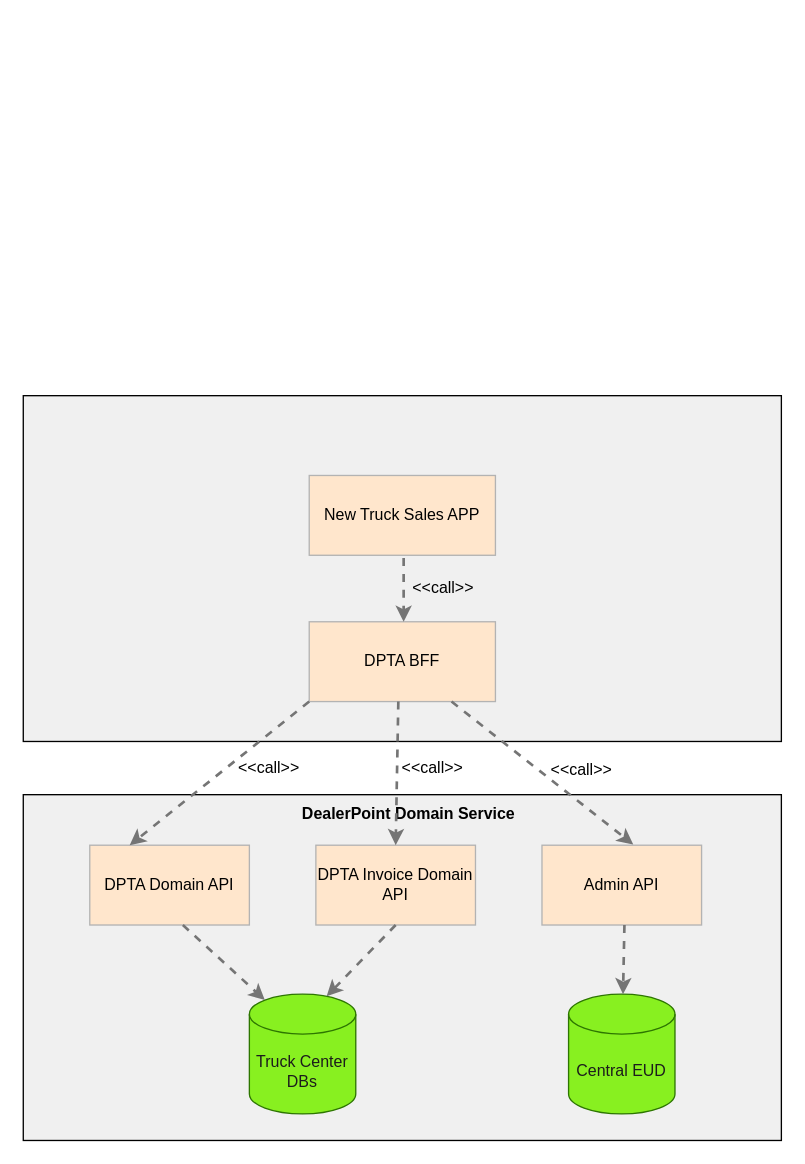
Before: new_architecture.drawio in zhangcaixia0526/zhangcaixia, a draw.io diagram. Source tidied: cells renumbered, new cells numbered last; positions are measured from the earlier drawing's top-left corner, leaving out a move shared by most shapes. Both pictures are drawn from the tidied source at 133%, with x=0, y=0 at pixel (23, 395).
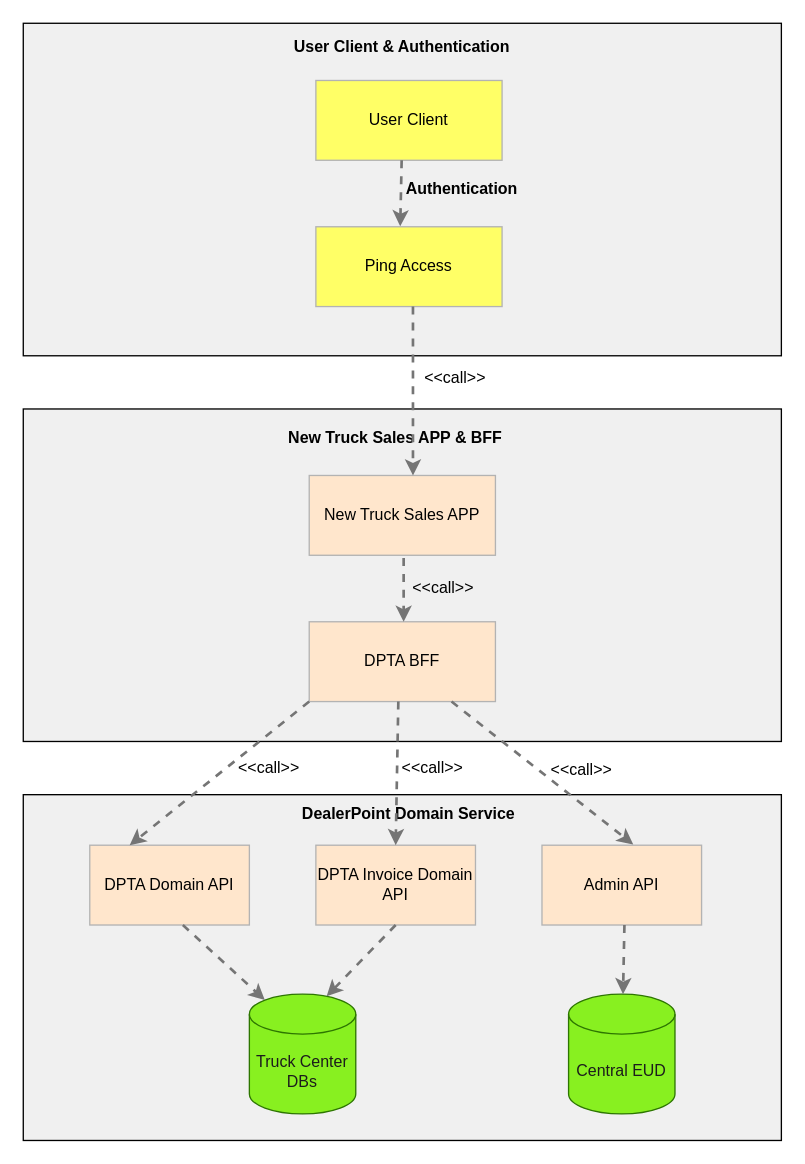
The same page after the edit.

Change to the diagram source:
```diff
@@
     <mxCell id="12" style="rounded=0;whiteSpace=wrap;html=1;fillColor=#F0F0F0;" parent="1" vertex="1">
-      <mxGeometry width="570" height="260" as="geometry" />
+      <mxGeometry y="10" width="570" height="250" as="geometry" />
     </mxCell>
@@
+    <mxCell id="23" value="&lt;span style=&quot;&quot;&gt;New Truck Sales APP &amp;amp; BFF&lt;/span&gt;" style="text;html=1;align=center;verticalAlign=middle;whiteSpace=wrap;rounded=0;fontStyle=1;" parent="1" vertex="1">
+      <mxGeometry x="160" y="17" width="240" height="30" as="geometry" />
+    </mxCell>
+    <mxCell id="24" style="rounded=0;whiteSpace=wrap;html=1;fillColor=#F0F0F0;" parent="1" vertex="1">
+      <mxGeometry y="-280" width="570" height="250" as="geometry" />
+    </mxCell>
+    <mxCell id="25" value="Ping Access" style="rounded=0;whiteSpace=wrap;html=1;fillColor=#FFFF66;strokeColor=#B3B3B3;" parent="1" vertex="1">
+      <mxGeometry x="220" y="-127" width="140" height="60" as="geometry" />
+    </mxCell>
+    <mxCell id="26" value="User Client" style="rounded=0;whiteSpace=wrap;html=1;fillColor=#FFFF66;strokeColor=#B3B3B3;" parent="1" vertex="1">
+      <mxGeometry x="220" y="-237" width="140" height="60" as="geometry" />
+    </mxCell>
+    <mxCell id="27" value="&lt;b&gt;Authentication&lt;/b&gt;" style="text;html=1;align=center;verticalAlign=middle;whiteSpace=wrap;rounded=0;" parent="1" vertex="1">
+      <mxGeometry x="300" y="-170" width="60" height="30" as="geometry" />
+    </mxCell>
+    <mxCell id="28" value="&lt;span style=&quot;&quot;&gt;User Client&lt;/span&gt;&lt;span style=&quot;&quot;&gt;&amp;nbsp;&amp;amp; Authentication&lt;/span&gt;" style="text;html=1;align=center;verticalAlign=middle;whiteSpace=wrap;rounded=0;fontStyle=1;" parent="1" vertex="1">
+      <mxGeometry x="165" y="-277" width="240" height="30" as="geometry" />
+    </mxCell>
+    <mxCell id="29" style="endArrow=classic;html=1;rounded=0;dashed=1;strokeColor=#757575;strokeWidth=2;" parent="1" edge="1">
+      <mxGeometry relative="1" as="geometry">
+        <mxPoint x="293" y="-67" as="sourcePoint" />
+        <mxPoint x="293" y="60" as="targetPoint" />
+      </mxGeometry>
+    </mxCell>
+    <mxCell id="30" value="&amp;lt;&amp;lt;call&amp;gt;&amp;gt;" style="text;html=1;align=center;verticalAlign=middle;whiteSpace=wrap;rounded=0;" parent="1" vertex="1">
+      <mxGeometry x="295" y="-28" width="60" height="30" as="geometry" />
+    </mxCell>
+    <mxCell id="31" style="endArrow=classic;html=1;rounded=0;dashed=1;strokeColor=#757575;strokeWidth=2;entryX=0.453;entryY=-0.005;entryDx=0;entryDy=0;entryPerimeter=0;labelBorderColor=default;" parent="1" edge="1" target="25">
+      <mxGeometry relative="1" as="geometry">
+        <mxPoint x="284.5" y="-177" as="sourcePoint" />
+      </mxGeometry>
+    </mxCell>
```
